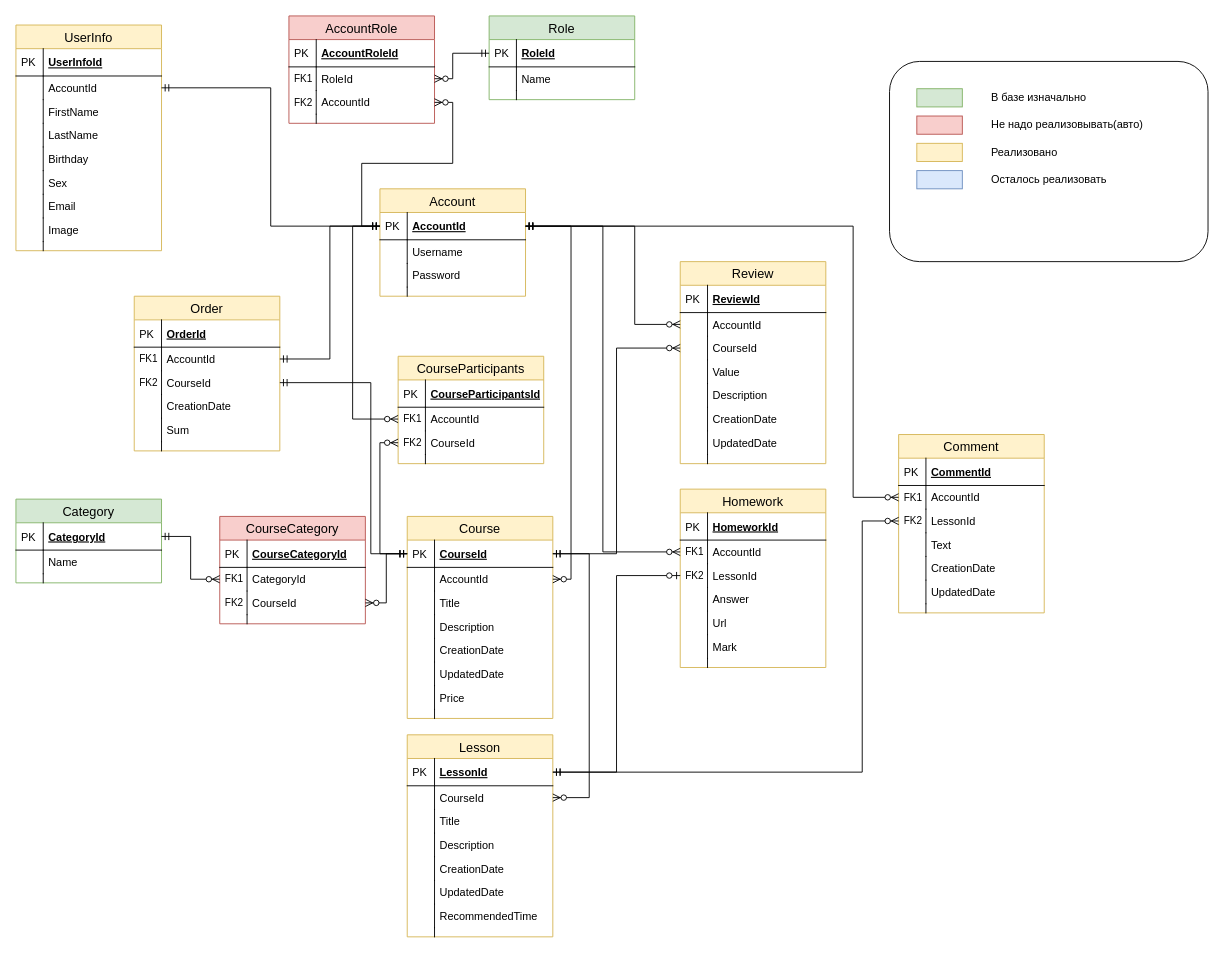
Before: EduApp/EduApp.Data/DbScheme/database.drawio in EvgeniyVashinko/EduApp, a draw.io diagram. Source tidied: cells renumbered, new cells numbered last; positions are measured from the earlier drawing's top-left corner, leaving out a move shared by most shapes. Both pictures are drawn from the tidied source at 91%, with x=0, y=0 at pixel (15, 15).
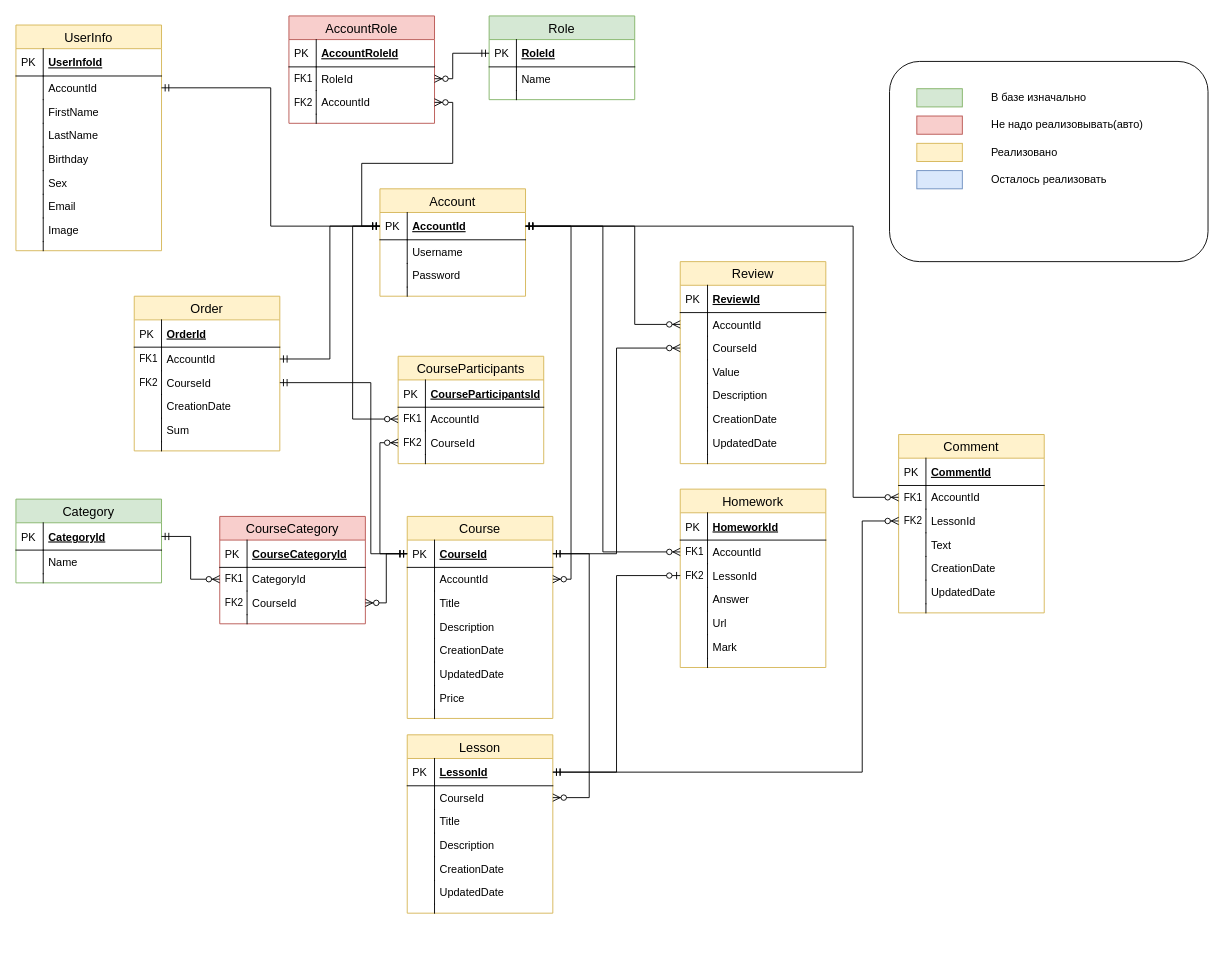
The same diagram, later.

The edit, as a diff of the source:
```diff
@@
     <mxCell id="37" value="Lesson" style="swimlane;fontStyle=0;horizontal=1;startSize=26;fillColor=#fff2cc;swimlaneFillColor=#ffffff;align=center;fontSize=14;strokeColor=#d6b656;" parent="1" vertex="1">
-      <mxGeometry x="430" y="790" width="160" height="222" as="geometry" />
+      <mxGeometry x="430" y="790" width="160" height="196" as="geometry" />
     </mxCell>
@@
-    <mxCell id="50" value="RecommendedTime" style="shape=partialRectangle;top=0;left=0;right=0;bottom=0;align=left;verticalAlign=top;fillColor=none;spacingLeft=34;spacingRight=4;overflow=hidden;fontSize=12;" parent="37" vertex="1">
-      <mxGeometry y="186" width="160" height="26" as="geometry" />
-    </mxCell>
-    <mxCell id="51" style="shape=partialRectangle;top=0;left=0;bottom=0;fillColor=none;align=left;verticalAlign=top;spacingLeft=4;spacingRight=4;overflow=hidden;fontSize=12;" parent="50" vertex="1">
-      <mxGeometry width="30" height="26" as="geometry" />
-    </mxCell>
     <mxCell id="52" style="shape=partialRectangle;top=0;left=0;right=0;bottom=0;align=left;verticalAlign=top;fillColor=none;spacingLeft=34;spacingRight=4;overflow=hidden;fontSize=12;" parent="37" vertex="1">
-      <mxGeometry y="212" width="160" height="10" as="geometry" />
+      <mxGeometry y="186" width="160" height="10" as="geometry" />
     </mxCell>
```
